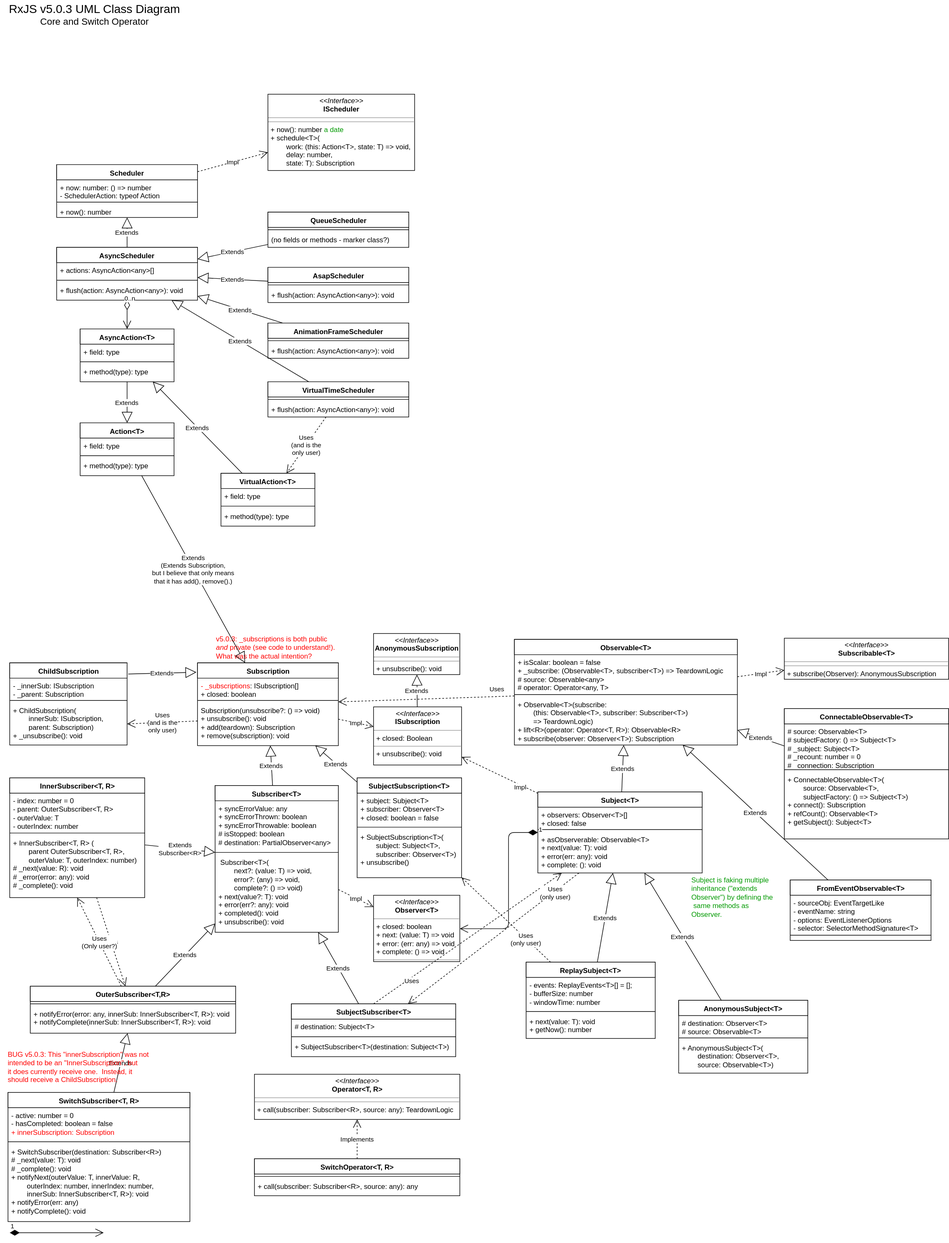
Above: doc/design/RxJS-v5-UMLClassDiagram.svg in johncvrs/rxjs (draw.io), before the change. Source tidied: cells renumbered, new cells last; positions are measured from the earlier drawing's top-left corner, leaving out a move shared by most shapes.
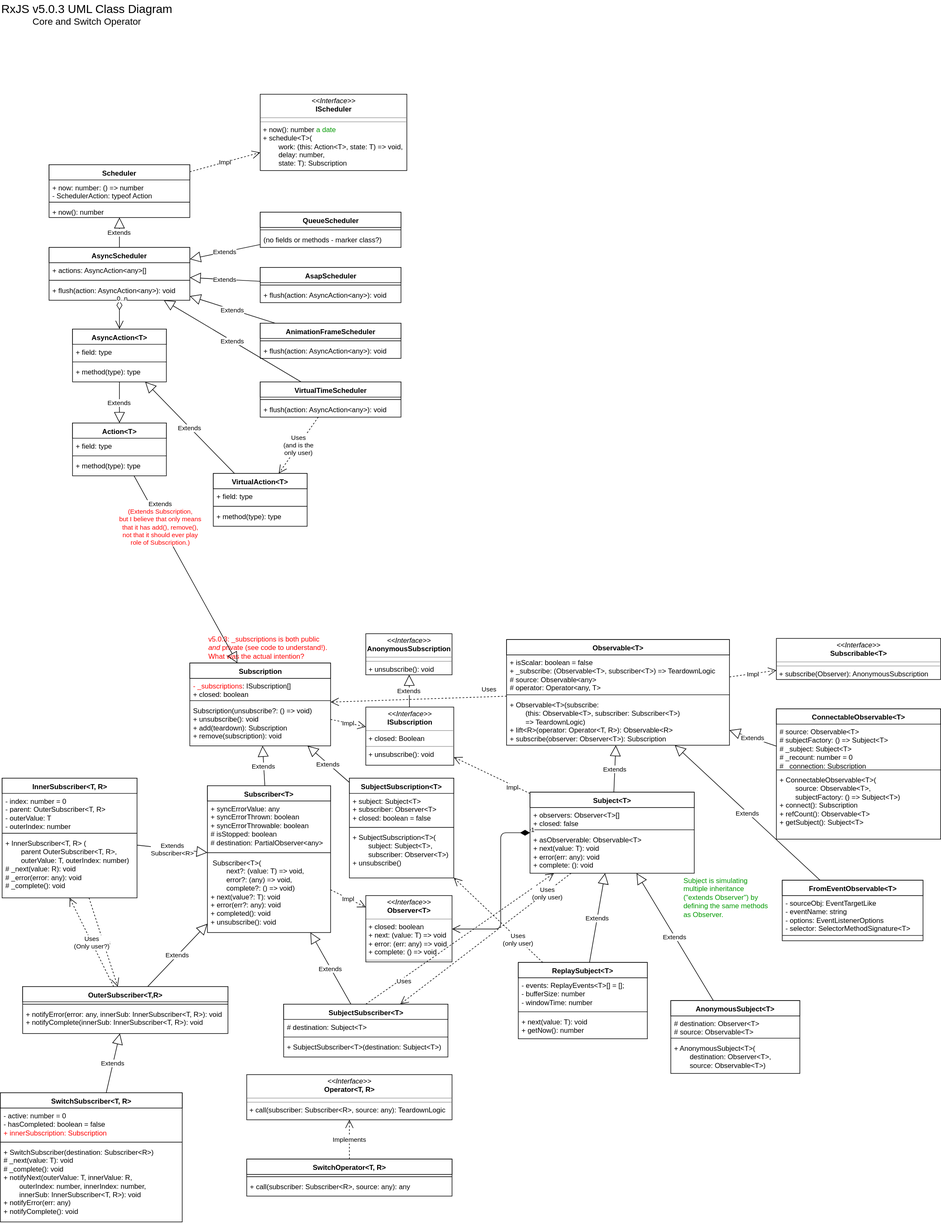
The same file after the commit.

Commit message:
docs(UML): Remove ChildSubscriptions per change in PR #2360.

Change to the diagram source:
```diff
@@ -14,18 +14,6 @@
     <mxCell id="5" value="&amp;nbsp;Subscriber&amp;lt;T&amp;gt;(&lt;br&gt;&amp;nbsp;&amp;nbsp;&amp;nbsp;&amp;nbsp;&amp;nbsp;&amp;nbsp;&amp;nbsp; next?: (value: T) =&amp;gt; void,&lt;br&gt;&amp;nbsp;&amp;nbsp;&amp;nbsp;&amp;nbsp;&amp;nbsp;&amp;nbsp;&amp;nbsp; error?: (any) =&amp;gt; void,&lt;br&gt;&amp;nbsp;&amp;nbsp;&amp;nbsp;&amp;nbsp;&amp;nbsp;&amp;nbsp;&amp;nbsp; complete?: () =&amp;gt; void)&lt;br&gt;+ next(value?: T): void&lt;br&gt;+ error(err?: any): void&lt;br&gt;+ completed(): void&lt;br&gt;+ unsubscribe(): void&lt;br&gt;" style="text;html=1;strokeColor=none;fillColor=none;align=left;verticalAlign=top;spacingLeft=4;spacingRight=4;whiteSpace=wrap;overflow=hidden;" parent="2" vertex="1">
       <mxGeometry y="118" width="210" height="132" as="geometry" />
     </mxCell>
-    <mxCell id="6" value="ChildSubscription" style="swimlane;html=1;fontStyle=1;align=center;verticalAlign=top;horizontal=1;startSize=26;swimlaneFillColor=#ffffff;" parent="1" vertex="1">
-      <mxGeometry x="5" y="1129" width="200" height="140" as="geometry" />
-    </mxCell>
-    <mxCell id="7" value="- _innerSub: ISubscription&lt;br&gt;- _parent: Subscription&lt;br&gt;&lt;br&gt;&lt;br&gt;" style="text;html=1;strokeColor=none;fillColor=none;align=left;verticalAlign=top;spacingLeft=4;spacingRight=4;whiteSpace=wrap;overflow=hidden;" parent="6" vertex="1">
-      <mxGeometry y="26" width="200" height="34" as="geometry" />
-    </mxCell>
-    <mxCell id="8" style="line;html=1;strokeWidth=1;fillColor=none;align=left;verticalAlign=middle;spacingTop=-1;spacingLeft=3;spacingRight=3;labelPosition=right;" parent="6" vertex="1">
-      <mxGeometry y="60" width="200" height="8" as="geometry" />
-    </mxCell>
-    <mxCell id="9" value="+ ChildSubscription(&lt;br&gt;&amp;nbsp;&amp;nbsp;&amp;nbsp;&amp;nbsp;&amp;nbsp;&amp;nbsp;&amp;nbsp; innerSub: ISubscription,&lt;br&gt;&amp;nbsp;&amp;nbsp;&amp;nbsp;&amp;nbsp;&amp;nbsp;&amp;nbsp;&amp;nbsp; parent: Subscription)&lt;br&gt;+ _unsubscribe(): void&lt;br&gt;&lt;br&gt;" style="text;html=1;strokeColor=none;fillColor=none;align=left;verticalAlign=top;spacingLeft=4;spacingRight=4;whiteSpace=wrap;overflow=hidden;points=[[0,0.5],[1,0.5]];portConstraint=eastwest;" parent="6" vertex="1">
-      <mxGeometry y="68" width="200" height="72" as="geometry" />
-    </mxCell>
     <mxCell id="10" value="SwitchOperator&amp;lt;T, R&amp;gt;&lt;br&gt;" style="swimlane;html=1;fontStyle=1;align=center;verticalAlign=top;horizontal=1;startSize=26;swimlaneFillColor=#ffffff;" parent="1" vertex="1">
       <mxGeometry x="422" y="1974" width="350" height="63" as="geometry" />
     </mxCell>
@@ -38,9 +26,6 @@
     <mxCell id="13" value="&lt;p style=&quot;margin: 0px ; margin-top: 4px ; text-align: center&quot;&gt;&lt;i&gt;&amp;lt;&amp;lt;Interface&amp;gt;&amp;gt;&lt;/i&gt;&lt;br&gt;&lt;b&gt;Operator&amp;lt;T, R&amp;gt;&lt;br&gt;&lt;/b&gt;&lt;/p&gt;&lt;hr size=&quot;1&quot;&gt;&lt;hr size=&quot;1&quot;&gt;&lt;p style=&quot;margin: 0px ; margin-left: 4px&quot;&gt;+ call(subscriber: Subscriber&amp;lt;R&amp;gt;, source: any): TeardownLogic&lt;br&gt;&lt;/p&gt;" style="verticalAlign=top;align=left;overflow=fill;fontSize=12;fontFamily=Helvetica;html=1;" parent="1" vertex="1">
       <mxGeometry x="422" y="1830" width="350" height="77" as="geometry" />
     </mxCell>
-    <mxCell id="14" value="Extends" style="endArrow=block;endSize=16;endFill=0;html=1;exitX=1.009;exitY=0.139;exitPerimeter=0;entryX=-0.009;entryY=0.114;entryPerimeter=0;" parent="1" edge="1" source="6" target="25">
-      <mxGeometry relative="1" as="geometry" />
-    </mxCell>
     <mxCell id="15" value="Implements" style="endArrow=open;endSize=12;dashed=1;html=1;" parent="1" edge="1" source="10" target="13">
       <mxGeometry relative="1" as="geometry" />
     </mxCell>
@@ -104,9 +89,6 @@
     <mxCell id="35" value="Extends" style="endArrow=block;endSize=16;endFill=0;html=1;" parent="1" edge="1" source="32" target="34">
       <mxGeometry x="317.7" y="-62" as="geometry" />
     </mxCell>
-    <mxCell id="36" value="BUG v5.0.3: This &quot;innerSubscription&quot; was not&lt;br&gt;intended to be an &quot;InnerSubscription&quot;, but &lt;br&gt;it does currently receive one.&amp;nbsp; Instead, it &lt;br&gt;should receive a ChildSubscription.&lt;br&gt;" style="text;html=1;align=left;verticalAlign=top;spacingTop=-4;fontColor=#FF0000;" parent="1" vertex="1">
-      <mxGeometry y="1787" width="260" height="60" as="geometry" />
-    </mxCell>
     <mxCell id="37" value="InnerSubscriber&amp;lt;T, R&amp;gt;&lt;br&gt;" style="swimlane;html=1;fontStyle=1;align=center;verticalAlign=top;horizontal=1;startSize=26;swimlaneFillColor=#ffffff;" parent="1" vertex="1">
       <mxGeometry x="5" y="1325" width="230" height="204" as="geometry" />
     </mxCell>
@@ -122,9 +104,6 @@
     <mxCell id="41" value="Extends&lt;br&gt;Subscriber&amp;lt;R&amp;gt;&lt;br&gt;" style="endArrow=block;endSize=16;endFill=0;html=1;" parent="1" edge="1" source="37" target="2">
       <mxGeometry x="-37.3" y="578" as="geometry" />
     </mxCell>
-    <mxCell id="42" value="Uses&lt;br&gt;(and is the &lt;br&gt;only user)&lt;br&gt;" style="endArrow=open;endSize=12;dashed=1;html=1;entryX=1;entryY=0.5;exitX=0;exitY=0.5;" parent="1" edge="1" source="28" target="9">
-      <mxGeometry x="526.3" y="123" as="geometry" />
-    </mxCell>
     <mxCell id="43" value="Uses" style="endArrow=open;endSize=12;dashed=1;html=1;" parent="1" edge="1" source="37" target="20">
       <mxGeometry x="20" y="890" as="geometry" />
     </mxCell>
@@ -293,8 +272,8 @@
         </Array>
       </mxGeometry>
     </mxCell>
-    <mxCell id="94" value="&lt;font color=&quot;#009900&quot;&gt;Subject is faking multiple &lt;br&gt;inheritance (&quot;extends &lt;br&gt;Observer&quot;) by defining the&lt;br&gt;&amp;nbsp;same methods as &lt;br&gt;Observer.&lt;br&gt;&lt;/font&gt;" style="text;html=1;align=left;verticalAlign=top;spacingTop=-4;fontColor=#FF0000;" parent="1" vertex="1">
-      <mxGeometry x="1165" y="1490" width="150" height="70" as="geometry" />
+    <mxCell id="94" value="&lt;font color=&quot;#009900&quot;&gt;Subject is simulating &lt;br&gt;multiple inheritance &lt;br&gt;(&quot;extends Observer&quot;) by &lt;br&gt;defining the same methods &lt;br&gt;as Observer.&lt;br&gt;&lt;/font&gt;" style="text;html=1;align=left;verticalAlign=top;spacingTop=-4;fontColor=#FF0000;" parent="1" vertex="1">
+      <mxGeometry x="1165" y="1490" width="160" height="70" as="geometry" />
     </mxCell>
     <mxCell id="95" value="AsapScheduler" style="swimlane;html=1;fontStyle=1;align=center;verticalAlign=top;horizontal=1;startSize=26;swimlaneFillColor=#ffffff;" parent="1" vertex="1">
       <mxGeometry x="445" y="455" width="240" height="60" as="geometry" />
@@ -344,15 +323,11 @@
     <mxCell id="110" value="Extends" style="endArrow=block;endSize=16;endFill=0;html=1;" parent="1" edge="1" source="106" target="102">
       <mxGeometry x="-418" y="-190" as="geometry" />
     </mxCell>
-    <mxCell id="111" value="Extends&lt;br&gt;(Extends Subscription, &lt;br&gt;but I believe that only means &lt;br&gt;that it has add(), remove().)&lt;br&gt;" style="endArrow=block;endSize=16;endFill=0;html=1;" parent="1" edge="1" source="102" target="25">
-      <mxGeometry x="432" y="-100" as="geometry" />
+    <mxCell id="111" value="Extends&lt;br&gt;&lt;font color=&quot;#FF0000&quot;&gt;(Extends Subscription, &lt;br&gt;but I believe that only means &lt;br&gt;that it has add(), remove(),&lt;br&gt;not that it should ever play&lt;br&gt;role of Subscription.)&lt;/font&gt;&lt;br&gt;" style="endArrow=block;endSize=16;endFill=0;html=1;" parent="1" edge="1" source="102" target="25">
+      <mxGeometry as="geometry">
+        <mxPoint x="-43" y="-79" as="offset" />
+      </mxGeometry>
     </mxCell>
-    <mxCell id="112" value="1" style="endArrow=open;html=1;endSize=12;startArrow=diamondThin;startSize=14;startFill=1;edgeStyle=orthogonalEdgeStyle;align=left;verticalAlign=bottom;" parent="1" edge="1">
-      <mxGeometry x="-1" y="3" relative="1" as="geometry">
-        <mxPoint x="5" y="2100" as="sourcePoint" />
-        <mxPoint x="165" y="2100" as="targetPoint" />
-      </mxGeometry>
-    </mxCell>
     <mxCell id="113" value="0..n" style="endArrow=open;html=1;endSize=12;startArrow=diamondThin;startSize=14;startFill=0;edgeStyle=orthogonalEdgeStyle;align=left;verticalAlign=bottom;" parent="1" edge="1" source="98" target="106">
       <mxGeometry x="-0.78" y="-6" relative="1" as="geometry" />
     </mxCell>
```
